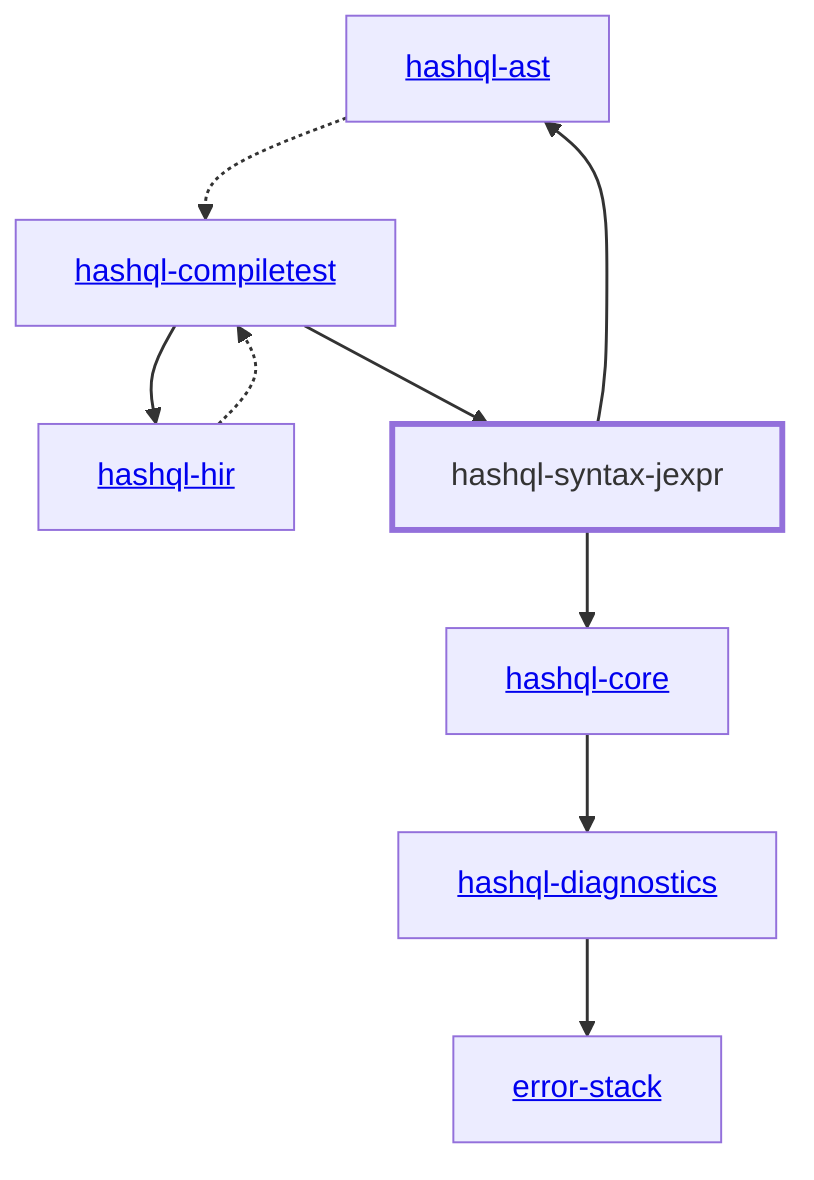
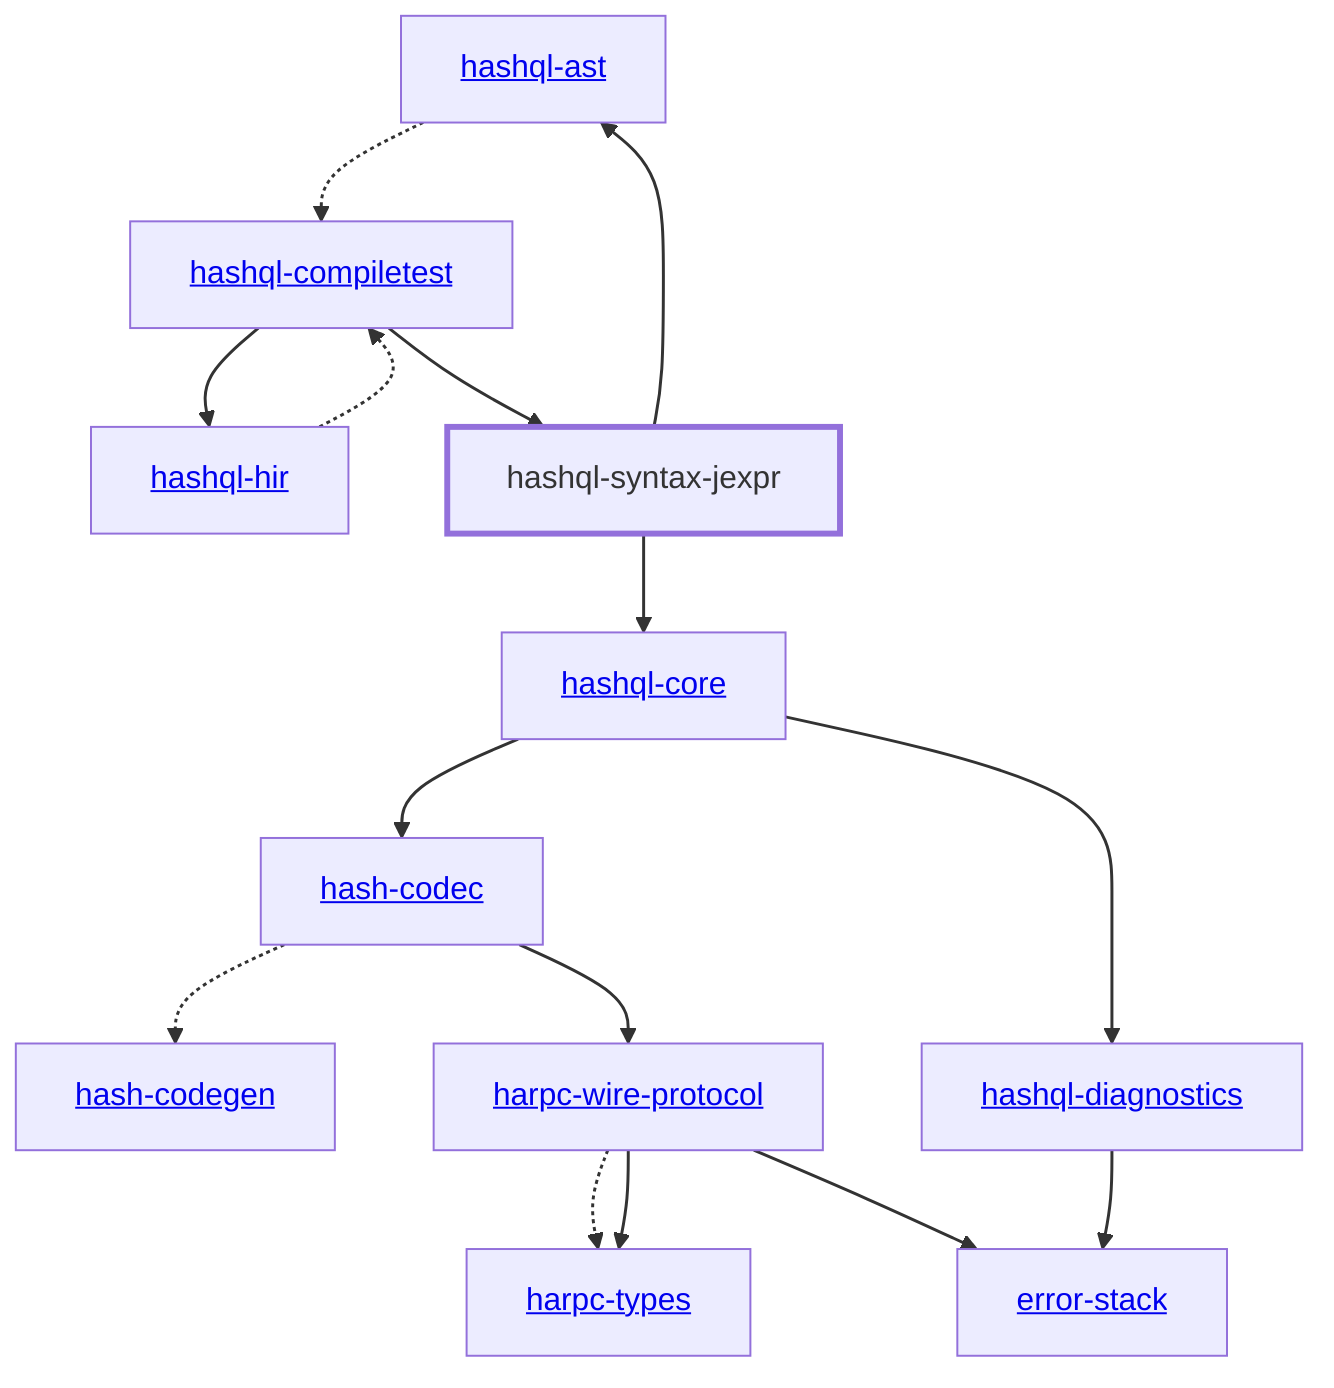
graph TD
    linkStyle default stroke-width:1.5px
    classDef default stroke-width:1px
    classDef root stroke-width:3px
    classDef dev stroke-width:1px
    classDef build stroke-width:1px
    %% Legend
    %% --> : Normal dependency
    %% -.-> : Dev dependency
    %% ---> : Build dependency
-     0[<a href="../hashql_ast">hashql-ast</a>]
-     1[<a href="../hashql_compiletest">hashql-compiletest</a>]
-     2[<a href="../hashql_core">hashql-core</a>]
-     3[<a href="../hashql_diagnostics">hashql-diagnostics</a>]
-     4[<a href="../hashql_hir">hashql-hir</a>]
-     5[hashql-syntax-jexpr]
-     class 5 root
-     6[<a href="../error_stack">error-stack</a>]
+     0[<a href="../hash_codec">hash-codec</a>]
+     1[<a href="../hash_codegen">hash-codegen</a>]
+     2[<a href="../harpc_types">harpc-types</a>]
+     3[<a href="../harpc_wire_protocol">harpc-wire-protocol</a>]
+     4[<a href="../hashql_ast">hashql-ast</a>]
+     5[<a href="../hashql_compiletest">hashql-compiletest</a>]
+     6[<a href="../hashql_core">hashql-core</a>]
+     7[<a href="../hashql_diagnostics">hashql-diagnostics</a>]
+     8[<a href="../hashql_hir">hashql-hir</a>]
+     9[hashql-syntax-jexpr]
+     class 9 root
+     10[<a href="../error_stack">error-stack</a>]
    0 -.-> 1
-     1 --> 4
-     1 --> 5
-     2 --> 3
-     3 --> 6
-     4 -.-> 1
-     5 --> 0
-     5 --> 2
+     0 --> 3
+     3 -.-> 2
+     3 --> 2
+     3 --> 10
+     4 -.-> 5
+     5 --> 8
+     5 --> 9
+     6 --> 0
+     6 --> 7
+     7 --> 10
+     8 -.-> 5
+     9 --> 4
+     9 --> 6
